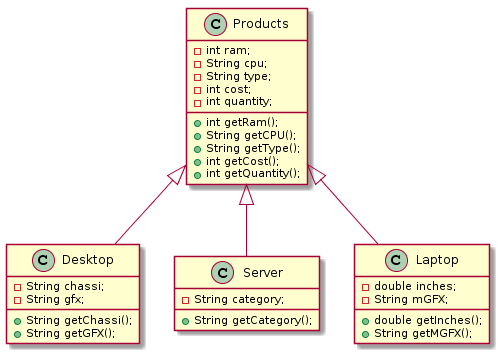
Above: Diagrams/class_diagram.png in Meujks/ComputerShop (PlantUML), before the change. Source of this version:
```plantuml
@startuml
Class Products{
 - int ram;
 - String cpu;
 - String type;
 - int cost;
 - int quantity;

 + int getRam();
 + String getCPU();
 + String getType();
 + int getCost();
 + int getQuantity();
}
Class Desktop{
 - String chassi;
 - String gfx;

 + String getChassi();
 + String getGFX();

}
Class Server{
 - String category;
 + String getCategory();
}
Class Laptop{
  - double inches;
  - String mGFX;

  + double getInches();
  + String getMGFX();

}

Products <|-- Desktop
Products <|-- Server
Products <|-- Laptop
@enduml
```
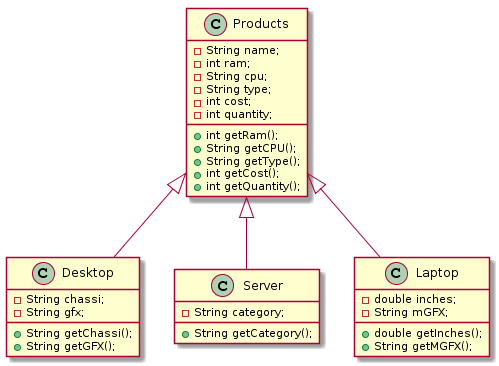
Above is the later version.

The edit, as a diff of the source:
```diff
@@ -1,5 +1,6 @@
 @startuml
 Class Products{
+ - String name;
  - int ram;
  - String cpu;
  - String type;
```
